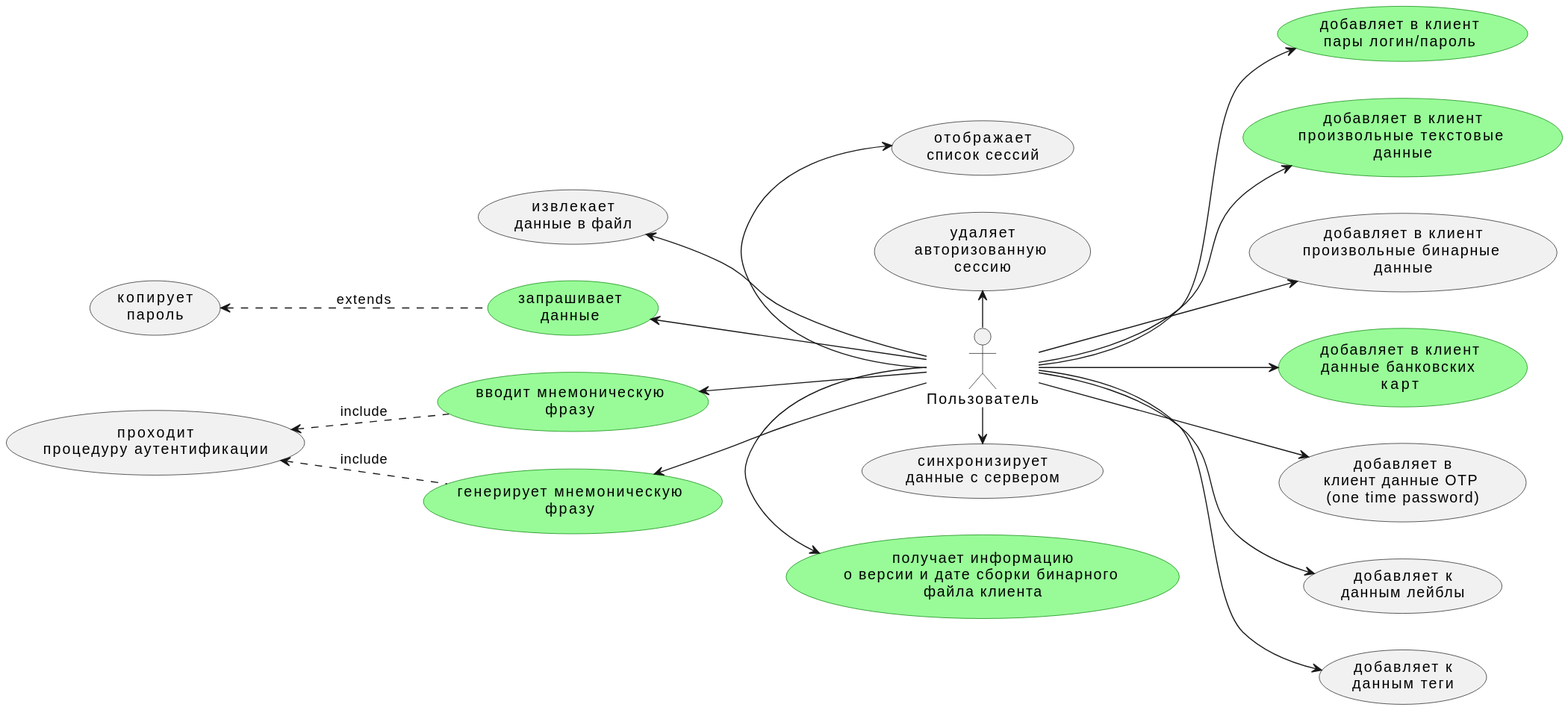
gopherlearning/gophkeeper keeps this PlantUML diagram as doc/usecase.svg. Above is the earlier version.
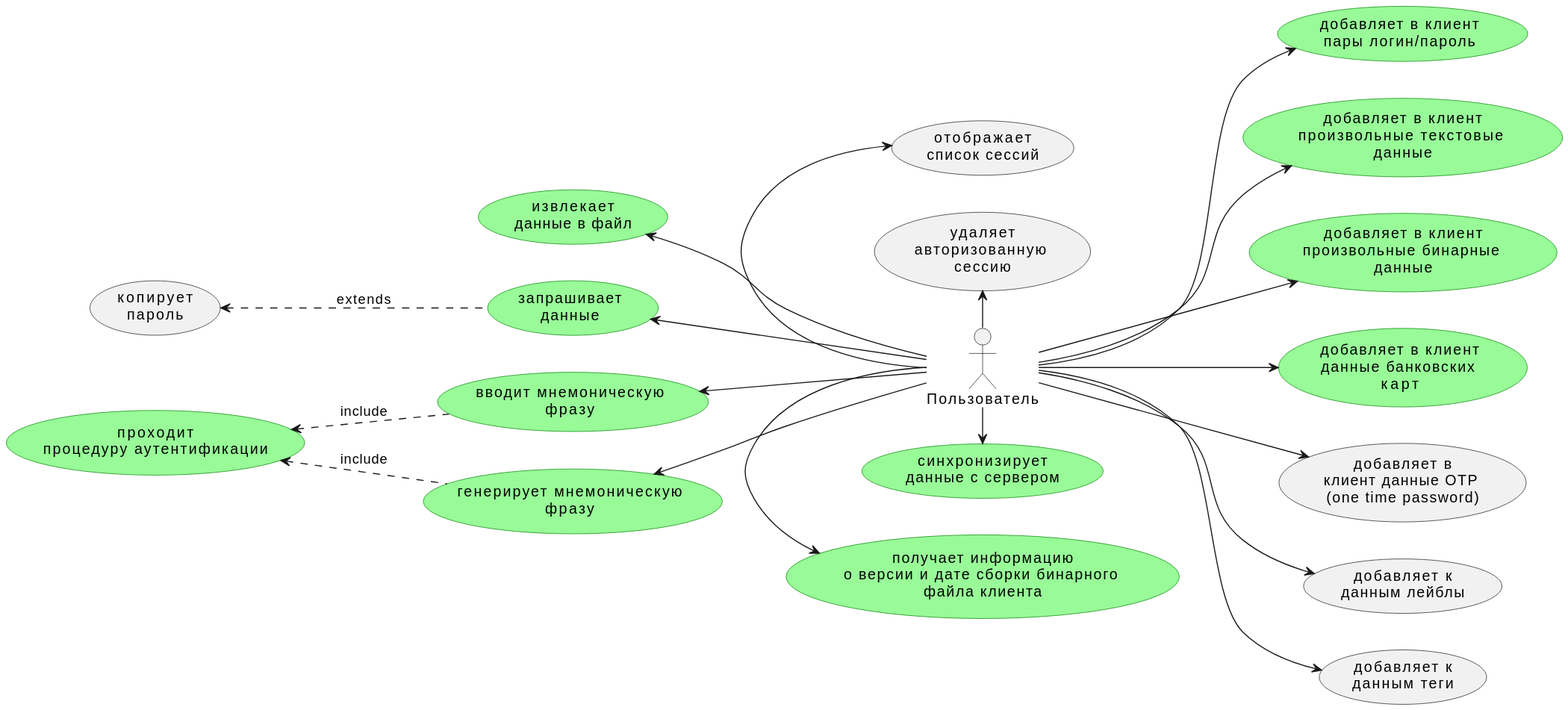
The same file after the commit.

What changed in the source:
```diff
@@ -8,14 +8,14 @@
 фразу"
 usecase UC17  #palegreen;line:green as "вводит мнемоническую
 фразу"
-usecase UC11 as "проходит
+usecase UC11 #palegreen;line:green as "проходит
 процедуру аутентификации"
 usecase UC3 #palegreen;line:green as "добавляет в клиент
 пары логин/пароль"
 usecase UC4  #palegreen;line:green as "добавляет в клиент
 произвольные текстовые
 данные"
-usecase UC5  as "добавляет в клиент
+usecase UC5 #palegreen;line:green as "добавляет в клиент
 произвольные бинарные
 данные"
 usecase UC6 #palegreen;line:green as "добавляет в клиент
@@ -28,13 +28,13 @@
 данным лейблы"
 usecase UC9  as "добавляет к
 данным теги"
-usecase UC10 as "синхронизирует
+usecase UC10 #palegreen;line:green as "синхронизирует
 данные с сервером"
 usecase UC12 #palegreen;line:green as "запрашивает
 данные"
 usecase UC13 as "копирует
 пароль"
-usecase UC14 as "извлекает
+usecase UC14 #palegreen;line:green as "извлекает
 данные в файл"
 usecase UC15 as "отображает
 список сессий"
```
